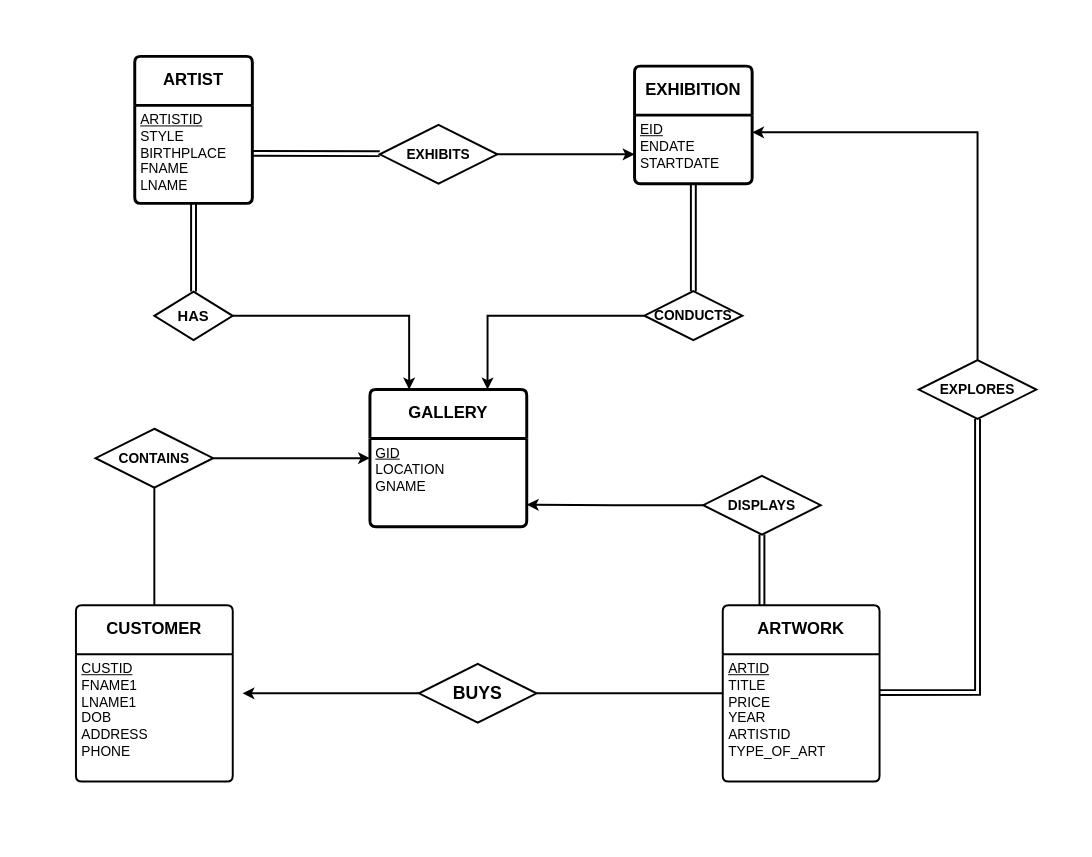
This is Untitled Diagram.drawio from lalitdhimanth/4sem, a draw.io file, before an edit. Source tidied: cells renumbered, new cells numbered last; positions are measured from the earlier drawing's top-left corner, leaving out a move shared by most shapes. Both pictures are drawn from the tidied source at 98%, with x=0, y=0 at pixel (17, 17).
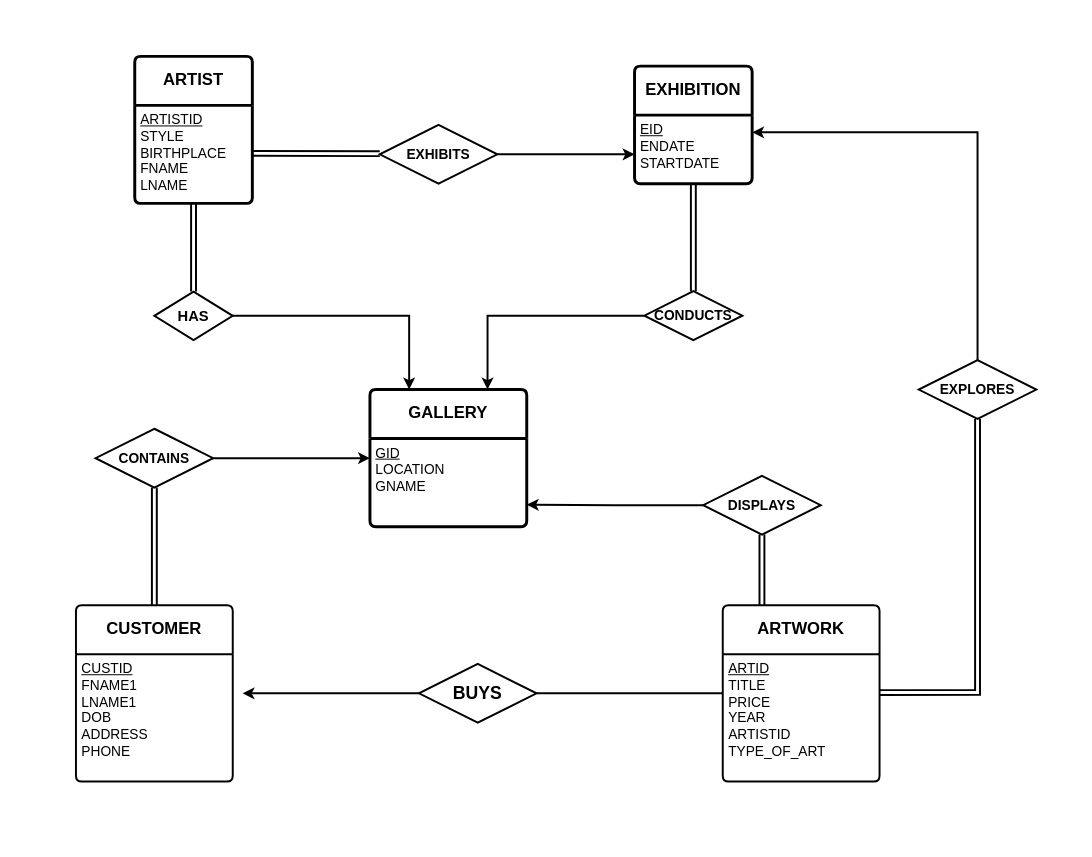
The same page after the edit.

Unchanged cells that the change refers to:
```xml
<mxCell id="18" value="&lt;font style=&quot;font-size: 14px;&quot;&gt;&lt;b&gt;CONTAINS&lt;/b&gt;&lt;/font&gt;" style="shape=rhombus;perimeter=rhombusPerimeter;whiteSpace=wrap;html=1;align=center;strokeWidth=2;" parent="1" vertex="1">
  <mxGeometry x="80" y="420" width="120" height="60" as="geometry" />
</mxCell>
<mxCell id="19" value="&lt;font style=&quot;font-size: 17px;&quot;&gt;&lt;b&gt;CUSTOMER&lt;/b&gt;&lt;/font&gt;" style="swimlane;horizontal=1;startSize=50;rounded=1;fontSize=14;fontStyle=0;strokeWidth=2;shadow=0;dashed=0;align=center;arcSize=4;whiteSpace=wrap;html=1;" parent="1" vertex="1">
  <mxGeometry x="60" y="600" width="160" height="180" as="geometry" />
</mxCell>
```

What changed in the source:
```diff
@@
-    <mxCell id="29" style="endArrow=none;html=1;rounded=0;entryX=0.5;entryY=0;entryDx=0;entryDy=0;exitX=0.5;exitY=1;exitDx=0;exitDy=0;strokeWidth=2;" parent="1" edge="1" source="18" target="19">
+    <mxCell id="29" style="endArrow=none;html=1;rounded=0;entryX=0.5;entryY=0;entryDx=0;entryDy=0;exitX=0.5;exitY=1;exitDx=0;exitDy=0;strokeWidth=2;shape=link;" parent="1" edge="1" source="18" target="19">
       <mxGeometry relative="1" as="geometry" />
     </mxCell>
```
